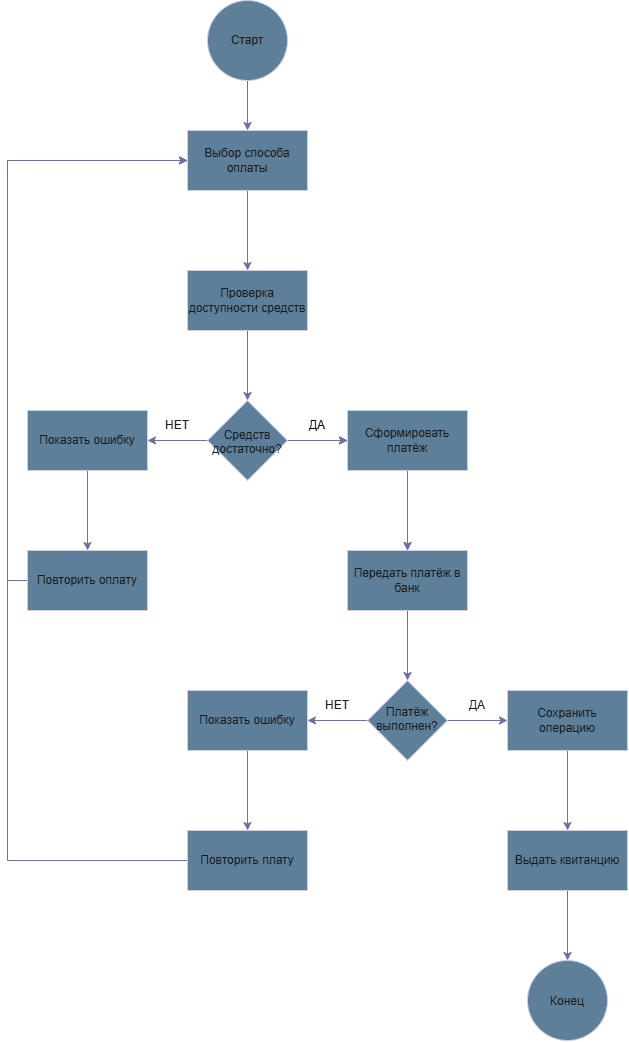
Earlier version of the draw.io export lab1/diagrams/activity-uml.png (YasevichMS/visual-programming-labs-yasevich). Source tidied: cells renumbered, new cells last; positions are measured from the earlier drawing's top-left corner, leaving out a move shared by most shapes. Its diagram source:
```xml
<mxGraphModel>
  <root>
    <mxCell id="0" />
    <mxCell id="1" parent="0" />
    <mxCell id="2" style="edgeStyle=orthogonalEdgeStyle;rounded=0;jettySize=auto;html=1;entryX=0.5;entryY=0;entryDx=0;entryDy=0;strokeColor=#736CA8;labelBackgroundColor=none;fontColor=default;" parent="1" edge="1" source="3" target="5">
      <mxGeometry relative="1" as="geometry" />
    </mxCell>
    <mxCell id="3" value="Старт" style="ellipse;whiteSpace=wrap;html=1;fillColor=#5D7F99;fontColor=#1A1A1A;strokeColor=#D0CEE2;labelBackgroundColor=none;" parent="1" vertex="1">
      <mxGeometry x="200" width="80" height="80" as="geometry" />
    </mxCell>
    <mxCell id="4" style="edgeStyle=orthogonalEdgeStyle;rounded=0;jettySize=auto;html=1;strokeColor=#736CA8;labelBackgroundColor=none;fontColor=default;" parent="1" edge="1" source="5" target="7">
      <mxGeometry relative="1" as="geometry" />
    </mxCell>
    <mxCell id="5" value="Выбор способа оплаты" style="rounded=0;whiteSpace=wrap;html=1;fillColor=#5D7F99;strokeColor=#D0CEE2;labelBackgroundColor=none;fontColor=#1A1A1A;" parent="1" vertex="1">
      <mxGeometry x="180" y="130" width="120" height="60" as="geometry" />
    </mxCell>
    <mxCell id="6" style="edgeStyle=orthogonalEdgeStyle;rounded=0;jettySize=auto;html=1;strokeColor=#736CA8;labelBackgroundColor=none;fontColor=default;" parent="1" edge="1" source="7" target="11">
      <mxGeometry relative="1" as="geometry" />
    </mxCell>
    <mxCell id="7" value="Проверка доступности средств" style="rounded=0;whiteSpace=wrap;html=1;fillColor=#5D7F99;strokeColor=#D0CEE2;labelBackgroundColor=none;fontColor=#1A1A1A;" parent="1" vertex="1">
      <mxGeometry x="180" y="270" width="120" height="60" as="geometry" />
    </mxCell>
    <mxCell id="8" style="edgeStyle=orthogonalEdgeStyle;rounded=0;jettySize=auto;html=1;strokeColor=#736CA8;labelBackgroundColor=none;fontColor=default;" parent="1" edge="1" source="11" target="13">
      <mxGeometry relative="1" as="geometry" />
    </mxCell>
    <mxCell id="9" style="edgeStyle=orthogonalEdgeStyle;rounded=0;jettySize=auto;html=1;labelBackgroundColor=none;strokeColor=#736CA8;fontColor=default;" parent="1" edge="1" source="11" target="16">
      <mxGeometry relative="1" as="geometry" />
    </mxCell>
    <mxCell id="10" style="edgeStyle=orthogonalEdgeStyle;rounded=0;jettySize=auto;html=1;strokeColor=#736CA8;labelBackgroundColor=none;fontColor=default;" parent="1" edge="1" source="11" target="16">
      <mxGeometry relative="1" as="geometry" />
    </mxCell>
    <mxCell id="11" value="Средств достаточно?" style="rhombus;whiteSpace=wrap;html=1;shapeInside=1;fillColor=#5D7F99;strokeColor=#D0CEE2;rounded=0;labelBackgroundColor=none;fontColor=#1A1A1A;" parent="1" vertex="1">
      <mxGeometry x="200" y="400" width="80" height="80" as="geometry" />
    </mxCell>
    <mxCell id="12" style="edgeStyle=orthogonalEdgeStyle;rounded=0;jettySize=auto;html=1;labelBackgroundColor=none;strokeColor=#736CA8;fontColor=default;" parent="1" edge="1" source="13" target="20">
      <mxGeometry relative="1" as="geometry" />
    </mxCell>
    <mxCell id="13" value="Показать ошибку" style="whiteSpace=wrap;html=1;fillColor=#5D7F99;strokeColor=#D0CEE2;rounded=0;labelBackgroundColor=none;fontColor=#1A1A1A;" parent="1" vertex="1">
      <mxGeometry x="20" y="410" width="120" height="60" as="geometry" />
    </mxCell>
    <mxCell id="14" style="edgeStyle=orthogonalEdgeStyle;rounded=0;jettySize=auto;html=1;labelBackgroundColor=none;strokeColor=#736CA8;fontColor=default;" parent="1" edge="1" source="16">
      <mxGeometry relative="1" as="geometry">
        <mxPoint x="400" y="550" as="targetPoint" />
      </mxGeometry>
    </mxCell>
    <mxCell id="15" style="edgeStyle=orthogonalEdgeStyle;rounded=0;jettySize=auto;html=1;labelBackgroundColor=none;strokeColor=#736CA8;fontColor=default;" parent="1" edge="1" source="16" target="22">
      <mxGeometry relative="1" as="geometry" />
    </mxCell>
    <mxCell id="16" value="Сформировать платёж" style="whiteSpace=wrap;html=1;fillColor=#5D7F99;strokeColor=#D0CEE2;rounded=0;labelBackgroundColor=none;fontColor=#1A1A1A;" parent="1" vertex="1">
      <mxGeometry x="340" y="410" width="120" height="60" as="geometry" />
    </mxCell>
    <mxCell id="17" value="НЕТ" style="text;html=1;whiteSpace=wrap;fillColor=none;align=center;verticalAlign=middle;rounded=0;labelBackgroundColor=none;fontColor=#1A1A1A;" parent="1" vertex="1">
      <mxGeometry x="140" y="410" width="60" height="30" as="geometry" />
    </mxCell>
    <mxCell id="18" value="&lt;span style=&quot;color: light-dark(rgb(0, 0, 0), rgb(255, 255, 255));&quot;&gt;ДА&lt;/span&gt;" style="text;html=1;whiteSpace=wrap;fillColor=none;align=center;verticalAlign=middle;rounded=0;labelBackgroundColor=none;fontColor=#1A1A1A;" parent="1" vertex="1">
      <mxGeometry x="280" y="410" width="60" height="30" as="geometry" />
    </mxCell>
    <mxCell id="19" style="edgeStyle=orthogonalEdgeStyle;rounded=0;jettySize=auto;html=1;exitX=0;exitY=0.5;exitDx=0;exitDy=0;entryX=0;entryY=0.5;entryDx=0;entryDy=0;labelBackgroundColor=none;strokeColor=#736CA8;fontColor=default;" parent="1" edge="1" source="20" target="5">
      <mxGeometry relative="1" as="geometry" />
    </mxCell>
    <mxCell id="20" value="Повторить оплату" style="whiteSpace=wrap;html=1;fillColor=#5D7F99;strokeColor=#D0CEE2;rounded=0;labelBackgroundColor=none;fontColor=#1A1A1A;" parent="1" vertex="1">
      <mxGeometry x="20" y="550" width="120" height="60" as="geometry" />
    </mxCell>
    <mxCell id="21" style="edgeStyle=orthogonalEdgeStyle;rounded=0;jettySize=auto;html=1;labelBackgroundColor=none;strokeColor=#736CA8;fontColor=default;" parent="1" edge="1" source="22" target="25">
      <mxGeometry relative="1" as="geometry" />
    </mxCell>
    <mxCell id="22" value="Передать платёж в банк" style="whiteSpace=wrap;html=1;fillColor=#5D7F99;strokeColor=#D0CEE2;rounded=0;labelBackgroundColor=none;fontColor=#1A1A1A;" parent="1" vertex="1">
      <mxGeometry x="340" y="550" width="120" height="60" as="geometry" />
    </mxCell>
    <mxCell id="23" style="edgeStyle=orthogonalEdgeStyle;rounded=0;jettySize=auto;html=1;labelBackgroundColor=none;strokeColor=#736CA8;fontColor=default;" parent="1" edge="1" source="25" target="27">
      <mxGeometry relative="1" as="geometry" />
    </mxCell>
    <mxCell id="24" style="edgeStyle=orthogonalEdgeStyle;rounded=0;jettySize=auto;html=1;labelBackgroundColor=none;strokeColor=#736CA8;fontColor=default;" parent="1" edge="1" source="25" target="29">
      <mxGeometry relative="1" as="geometry" />
    </mxCell>
    <mxCell id="25" value="Платёж выполнен?" style="rhombus;whiteSpace=wrap;html=1;shapeInside=1;fillColor=#5D7F99;strokeColor=#D0CEE2;rounded=0;labelBackgroundColor=none;fontColor=#1A1A1A;" parent="1" vertex="1">
      <mxGeometry x="360" y="680" width="80" height="80" as="geometry" />
    </mxCell>
    <mxCell id="26" style="edgeStyle=orthogonalEdgeStyle;rounded=0;jettySize=auto;html=1;labelBackgroundColor=none;strokeColor=#736CA8;fontColor=default;" parent="1" edge="1" source="27" target="33">
      <mxGeometry relative="1" as="geometry" />
    </mxCell>
    <mxCell id="27" value="Показать ошибку" style="whiteSpace=wrap;html=1;fillColor=#5D7F99;strokeColor=#D0CEE2;rounded=0;labelBackgroundColor=none;fontColor=#1A1A1A;" parent="1" vertex="1">
      <mxGeometry x="180" y="690" width="120" height="60" as="geometry" />
    </mxCell>
    <mxCell id="28" style="edgeStyle=orthogonalEdgeStyle;rounded=0;jettySize=auto;html=1;labelBackgroundColor=none;strokeColor=#736CA8;fontColor=default;" parent="1" edge="1" source="29" target="35">
      <mxGeometry relative="1" as="geometry" />
    </mxCell>
    <mxCell id="29" value="Сохранить операцию" style="whiteSpace=wrap;html=1;fillColor=#5D7F99;strokeColor=#D0CEE2;rounded=0;labelBackgroundColor=none;fontColor=#1A1A1A;" parent="1" vertex="1">
      <mxGeometry x="500" y="690" width="120" height="60" as="geometry" />
    </mxCell>
    <mxCell id="30" value="НЕТ" style="text;html=1;whiteSpace=wrap;strokeColor=none;fillColor=none;align=center;verticalAlign=middle;rounded=0;labelBackgroundColor=none;fontColor=#1A1A1A;" parent="1" vertex="1">
      <mxGeometry x="300" y="690" width="60" height="30" as="geometry" />
    </mxCell>
    <mxCell id="31" value="ДА" style="text;html=1;whiteSpace=wrap;strokeColor=none;fillColor=none;align=center;verticalAlign=middle;rounded=0;labelBackgroundColor=none;fontColor=#1A1A1A;" parent="1" vertex="1">
      <mxGeometry x="440" y="690" width="60" height="30" as="geometry" />
    </mxCell>
    <mxCell id="32" style="edgeStyle=orthogonalEdgeStyle;rounded=0;jettySize=auto;html=1;entryX=0;entryY=0.5;entryDx=0;entryDy=0;labelBackgroundColor=none;strokeColor=#736CA8;fontColor=default;" parent="1" edge="1" source="33" target="5">
      <mxGeometry relative="1" as="geometry">
        <Array as="points">
          <mxPoint y="860" />
          <mxPoint y="160" />
        </Array>
      </mxGeometry>
    </mxCell>
    <mxCell id="33" value="Повторить плату" style="whiteSpace=wrap;html=1;fillColor=#5D7F99;strokeColor=#D0CEE2;rounded=0;labelBackgroundColor=none;fontColor=#1A1A1A;" parent="1" vertex="1">
      <mxGeometry x="180" y="830" width="120" height="60" as="geometry" />
    </mxCell>
    <mxCell id="34" style="edgeStyle=orthogonalEdgeStyle;rounded=0;jettySize=auto;html=1;labelBackgroundColor=none;strokeColor=#736CA8;fontColor=default;" parent="1" edge="1" source="35" target="36">
      <mxGeometry relative="1" as="geometry" />
    </mxCell>
    <mxCell id="35" value="Выдать квитанцию" style="whiteSpace=wrap;html=1;fillColor=#5D7F99;strokeColor=#D0CEE2;rounded=0;labelBackgroundColor=none;fontColor=#1A1A1A;" parent="1" vertex="1">
      <mxGeometry x="500" y="830" width="120" height="60" as="geometry" />
    </mxCell>
    <mxCell id="36" value="Конец" style="ellipse;whiteSpace=wrap;html=1;shapeInside=1;fillColor=#5D7F99;strokeColor=#D0CEE2;rounded=0;labelBackgroundColor=none;fontColor=#1A1A1A;" parent="1" vertex="1">
      <mxGeometry x="520" y="960" width="80" height="80" as="geometry" />
    </mxCell>
  </root>
</mxGraphModel>
```
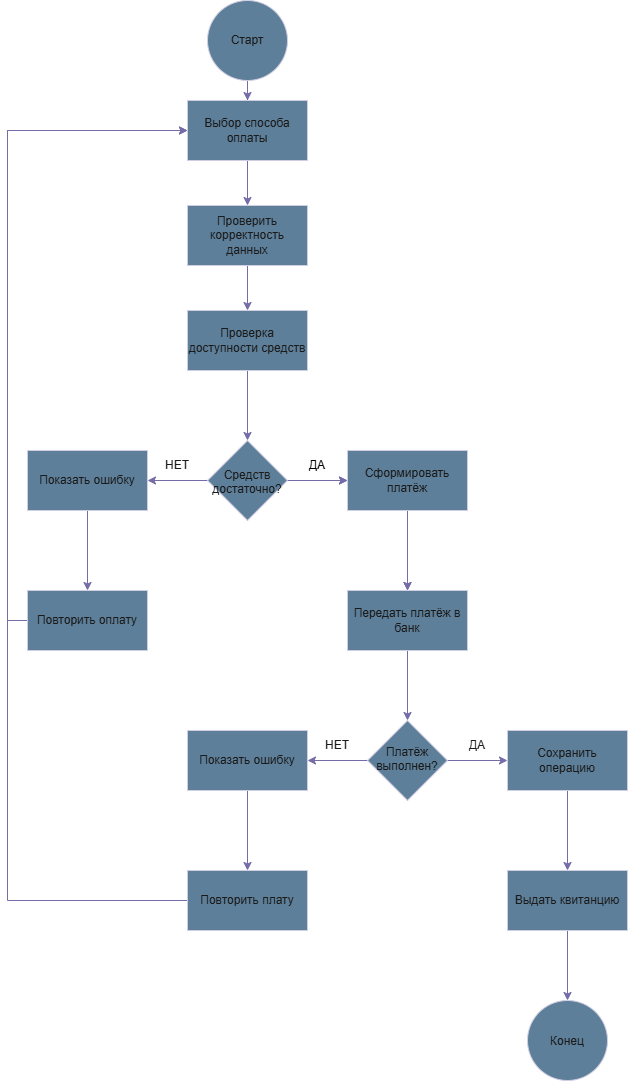
The same diagram one commit later.

Commit message:
Update UML Activity: add minor element

Change to the diagram source:
```diff
@@ -2,17 +2,17 @@
   <root>
     <mxCell id="0" />
     <mxCell id="1" parent="0" />
-    <mxCell id="2" style="edgeStyle=orthogonalEdgeStyle;rounded=0;jettySize=auto;html=1;entryX=0.5;entryY=0;entryDx=0;entryDy=0;strokeColor=#736CA8;labelBackgroundColor=none;fontColor=default;" parent="1" edge="1" source="3" target="5">
+    <mxCell id="2" style="edgeStyle=orthogonalEdgeStyle;rounded=0;jettySize=auto;html=1;entryX=0.5;entryY=0;entryDx=0;entryDy=0;strokeColor=#736CA8;fontColor=#1A1A1A;" parent="1" edge="1" source="3" target="5">
       <mxGeometry relative="1" as="geometry" />
     </mxCell>
     <mxCell id="3" value="Старт" style="ellipse;whiteSpace=wrap;html=1;fillColor=#5D7F99;fontColor=#1A1A1A;strokeColor=#D0CEE2;labelBackgroundColor=none;" parent="1" vertex="1">
-      <mxGeometry x="200" width="80" height="80" as="geometry" />
+      <mxGeometry x="200" y="-40" width="80" height="80" as="geometry" />
     </mxCell>
-    <mxCell id="4" style="edgeStyle=orthogonalEdgeStyle;rounded=0;jettySize=auto;html=1;strokeColor=#736CA8;labelBackgroundColor=none;fontColor=default;" parent="1" edge="1" source="5" target="7">
-      <mxGeometry relative="1" as="geometry" />
-    </mxCell>
+    <mxCell id="37" style="edgeStyle=orthogonalEdgeStyle;rounded=0;jettySize=auto;html=1;entryX=0.5;entryY=0;entryDx=0;entryDy=0;strokeColor=#736CA8;fontColor=#1A1A1A;" parent="1" edge="1" source="5" target="39">
+      <mxGeometry relative="1" as="geometry" />
+    </mxCell>
     <mxCell id="5" value="Выбор способа оплаты" style="rounded=0;whiteSpace=wrap;html=1;fillColor=#5D7F99;strokeColor=#D0CEE2;labelBackgroundColor=none;fontColor=#1A1A1A;" parent="1" vertex="1">
-      <mxGeometry x="180" y="130" width="120" height="60" as="geometry" />
+      <mxGeometry x="180" y="60" width="120" height="60" as="geometry" />
     </mxCell>
     <mxCell id="6" style="edgeStyle=orthogonalEdgeStyle;rounded=0;jettySize=auto;html=1;strokeColor=#736CA8;labelBackgroundColor=none;fontColor=default;" parent="1" edge="1" source="7" target="11">
       <mxGeometry relative="1" as="geometry" />
@@ -98,7 +98,7 @@
       <mxGeometry relative="1" as="geometry">
         <Array as="points">
           <mxPoint y="860" />
-          <mxPoint y="160" />
+          <mxPoint y="90" />
         </Array>
       </mxGeometry>
     </mxCell>
@@ -114,5 +114,11 @@
     <mxCell id="36" value="Конец" style="ellipse;whiteSpace=wrap;html=1;shapeInside=1;fillColor=#5D7F99;strokeColor=#D0CEE2;rounded=0;labelBackgroundColor=none;fontColor=#1A1A1A;" parent="1" vertex="1">
       <mxGeometry x="520" y="960" width="80" height="80" as="geometry" />
     </mxCell>
+    <mxCell id="38" style="edgeStyle=orthogonalEdgeStyle;rounded=0;jettySize=auto;html=1;entryX=0.5;entryY=0;entryDx=0;entryDy=0;strokeColor=#736CA8;fontColor=#1A1A1A;" parent="1" edge="1" source="39" target="7">
+      <mxGeometry relative="1" as="geometry" />
+    </mxCell>
+    <mxCell id="39" value="Проверить корректность данных" style="rounded=0;whiteSpace=wrap;html=1;strokeColor=#D0CEE2;fontColor=#1A1A1A;fillColor=#5D7F99;" parent="1" vertex="1">
+      <mxGeometry x="180" y="165" width="120" height="60" as="geometry" />
+    </mxCell>
   </root>
 </mxGraphModel>
```
